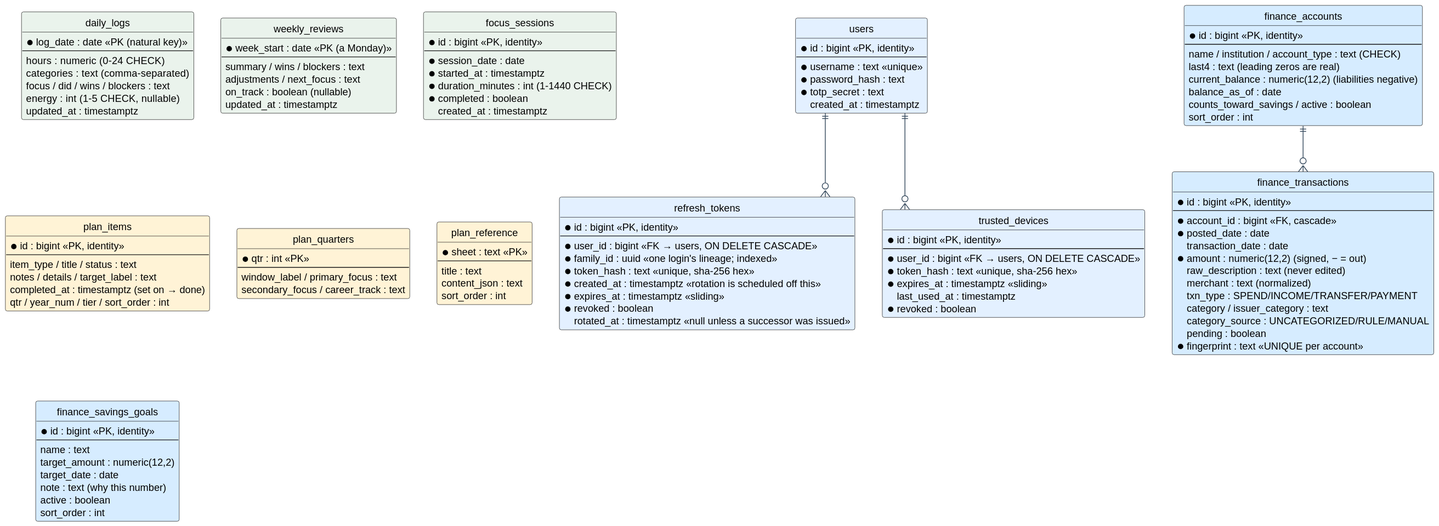
Above: gt2/docs/diagrams/data-model.svg in caseythecoder90/grindtrack (PlantUML), before the change.
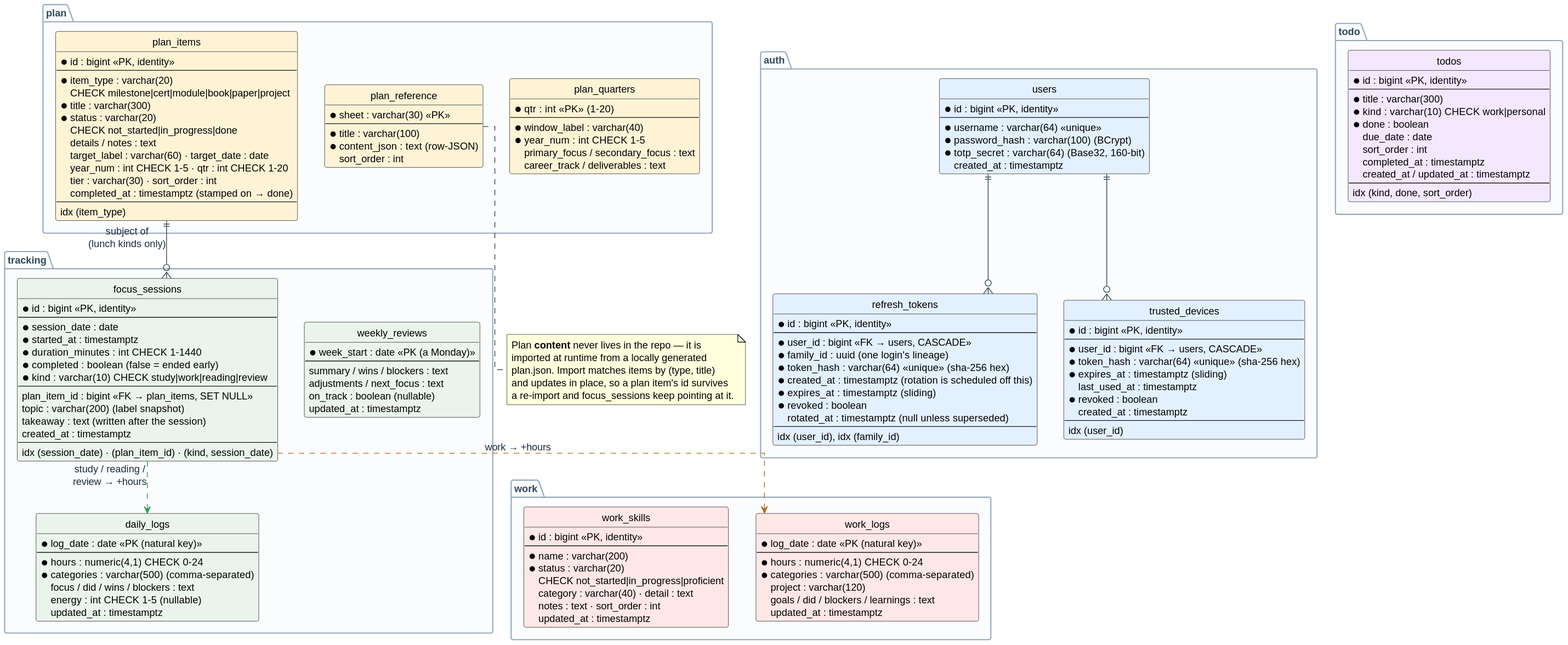
The same diagram one commit later.

What changed in the source:
```diff
@@ -6,125 +6,175 @@
 skinparam defaultFontName Helvetica
 skinparam shadowing false
 skinparam ArrowColor #33475B
+skinparam ArrowFontColor #1A2B3C
 skinparam entity {
   BackgroundColor #EEF2F7
   BorderColor #33475B
   FontColor #12243A
 }
-
-entity "users" as users #E3F0FF {
-  * id : bigint <<PK, identity>>
-  --
-  * username : text <<unique>>
-  * password_hash : text
-  * totp_secret : text
-  created_at : timestamptz
-}
-entity "refresh_tokens" as refresh_tokens #E3F0FF {
-  * id : bigint <<PK, identity>>
-  --
-  * user_id : bigint <<FK → users, ON DELETE CASCADE>>
-  * family_id : uuid <<one login's lineage; indexed>>
-  * token_hash : text <<unique, sha-256 hex>>
-  * created_at : timestamptz <<rotation is scheduled off this>>
-  * expires_at : timestamptz <<sliding>>
-  * revoked : boolean
-  rotated_at : timestamptz <<null unless a successor was issued>>
-}
-entity "trusted_devices" as trusted_devices #E3F0FF {
-  * id : bigint <<PK, identity>>
-  --
-  * user_id : bigint <<FK → users, ON DELETE CASCADE>>
-  * token_hash : text <<unique, sha-256 hex>>
-  * expires_at : timestamptz <<sliding>>
-  last_used_at : timestamptz
-  * revoked : boolean
-}
-entity "daily_logs" as daily_logs #EAF3EC {
-  * log_date : date <<PK (natural key)>>
-  --
-  hours : numeric  (0-24 CHECK)
-  categories : text  (comma-separated)
-  focus / did / wins / blockers : text
-  energy : int  (1-5 CHECK, nullable)
-  updated_at : timestamptz
-}
-entity "weekly_reviews" as weekly_reviews #EAF3EC {
-  * week_start : date <<PK (a Monday)>>
-  --
-  summary / wins / blockers : text
-  adjustments / next_focus : text
-  on_track : boolean (nullable)
-  updated_at : timestamptz
-}
-entity "focus_sessions" as focus_sessions #EAF3EC {
-  * id : bigint <<PK, identity>>
-  --
-  * session_date : date
-  * started_at : timestamptz
-  * duration_minutes : int (1-1440 CHECK)
-  * completed : boolean
-  created_at : timestamptz
-}
-entity "plan_items" as plan_items #FFF3D6 {
-  * id : bigint <<PK, identity>>
-  --
-  item_type / title / status : text
-  notes / details / target_label : text
-  completed_at : timestamptz (set on → done)
-  qtr / year_num / tier / sort_order : int
-}
-entity "plan_quarters" as plan_quarters #FFF3D6 {
-  * qtr : int <<PK>>
-  --
-  window_label / primary_focus : text
-  secondary_focus / career_track : text
-}
-entity "plan_reference" as plan_reference #FFF3D6 {
-  * sheet : text <<PK>>
-  --
-  title : text
-  content_json : text
-  sort_order : int
+skinparam package {
+  BackgroundColor #FBFCFE
+  BorderColor #96A7BD
+  FontColor #33475B
+  FontStyle bold
 }
 
-entity "finance_accounts" as finance_accounts #D6ECFF {
-  * id : bigint <<PK, identity>>
-  --
-  name / institution / account_type : text (CHECK)
-  last4 : text (leading zeros are real)
-  current_balance : numeric(12,2) (liabilities negative)
-  balance_as_of : date
-  counts_toward_savings / active : boolean
-  sort_order : int
+package "auth" {
+  entity "users" as users #E3F0FF {
+    * id : bigint <<PK, identity>>
+    --
+    * username : varchar(64) <<unique>>
+    * password_hash : varchar(100)  (BCrypt)
+    * totp_secret : varchar(64)  (Base32, 160-bit)
+    created_at : timestamptz
+  }
+  entity "refresh_tokens" as refresh_tokens #E3F0FF {
+    * id : bigint <<PK, identity>>
+    --
+    * user_id : bigint <<FK → users, CASCADE>>
+    * family_id : uuid  (one login's lineage)
+    * token_hash : varchar(64) <<unique>>  (sha-256 hex)
+    * created_at : timestamptz  (rotation is scheduled off this)
+    * expires_at : timestamptz  (sliding)
+    * revoked : boolean
+    rotated_at : timestamptz  (null unless superseded)
+    --
+    idx (user_id), idx (family_id)
+  }
+  entity "trusted_devices" as trusted_devices #E3F0FF {
+    * id : bigint <<PK, identity>>
+    --
+    * user_id : bigint <<FK → users, CASCADE>>
+    * token_hash : varchar(64) <<unique>>  (sha-256 hex)
+    * expires_at : timestamptz  (sliding)
+    last_used_at : timestamptz
+    * revoked : boolean
+    created_at : timestamptz
+    --
+    idx (user_id)
+  }
 }
-entity "finance_transactions" as finance_transactions #D6ECFF {
-  * id : bigint <<PK, identity>>
-  --
-  * account_id : bigint <<FK, cascade>>
-  * posted_date : date
-  transaction_date : date
-  * amount : numeric(12,2) (signed, − = out)
-  raw_description : text (never edited)
-  merchant : text (normalized)
-  txn_type : SPEND/INCOME/TRANSFER/PAYMENT
-  category / issuer_category : text
-  category_source : UNCATEGORIZED/RULE/MANUAL
-  pending : boolean
-  * fingerprint : text <<UNIQUE per account>>
+
+package "tracking" {
+  entity "daily_logs" as daily_logs #EAF3EC {
+    * log_date : date <<PK (natural key)>>
+    --
+    * hours : numeric(4,1)  CHECK 0-24
+    * categories : varchar(500)  (comma-separated)
+    focus / did / wins / blockers : text
+    energy : int  CHECK 1-5 (nullable)
+    updated_at : timestamptz
+  }
+  entity "weekly_reviews" as weekly_reviews #EAF3EC {
+    * week_start : date <<PK (a Monday)>>
+    --
+    summary / wins / blockers : text
+    adjustments / next_focus : text
+    on_track : boolean (nullable)
+    updated_at : timestamptz
+  }
+  entity "focus_sessions" as focus_sessions #EAF3EC {
+    * id : bigint <<PK, identity>>
+    --
+    * session_date : date
+    * started_at : timestamptz
+    * duration_minutes : int  CHECK 1-1440
+    * completed : boolean  (false = ended early)
+    * kind : varchar(10)  CHECK study|work|reading|review
+    --
+    plan_item_id : bigint <<FK → plan_items, SET NULL>>
+    topic : varchar(200)  (label snapshot)
+    takeaway : text  (written after the session)
+    created_at : timestamptz
+    --
+    idx (session_date) · (plan_item_id) · (kind, session_date)
+  }
 }
-entity "finance_savings_goals" as finance_savings_goals #D6ECFF {
-  * id : bigint <<PK, identity>>
-  --
-  name : text
-  target_amount : numeric(12,2)
-  target_date : date
-  note : text (why this number)
-  active : boolean
-  sort_order : int
+
+package "plan" {
+  entity "plan_quarters" as plan_quarters #FFF3D6 {
+    * qtr : int <<PK>>  (1-20)
+    --
+    * window_label : varchar(40)
+    * year_num : int  CHECK 1-5
+    primary_focus / secondary_focus : text
+    career_track / deliverables : text
+  }
+  entity "plan_items" as plan_items #FFF3D6 {
+    * id : bigint <<PK, identity>>
+    --
+    * item_type : varchar(20)
+      CHECK milestone|cert|module|book|paper|project
+    * title : varchar(300)
+    * status : varchar(20)
+      CHECK not_started|in_progress|done
+    details / notes : text
+    target_label : varchar(60) · target_date : date
+    year_num : int CHECK 1-5 · qtr : int CHECK 1-20
+    tier : varchar(30) · sort_order : int
+    completed_at : timestamptz  (stamped on → done)
+    --
+    idx (item_type)
+  }
+  entity "plan_reference" as plan_reference #FFF3D6 {
+    * sheet : varchar(30) <<PK>>
+    --
+    * title : varchar(100)
+    * content_json : text  (row-JSON)
+    sort_order : int
+  }
+}
+
+package "todo" {
+  entity "todos" as todos #F3E8FF {
+    * id : bigint <<PK, identity>>
+    --
+    * title : varchar(300)
+    * kind : varchar(10)  CHECK work|personal
+    * done : boolean
+    due_date : date
+    sort_order : int
+    completed_at : timestamptz
+    created_at / updated_at : timestamptz
+    --
+    idx (kind, done, sort_order)
+  }
+}
+
+package "work" {
+  entity "work_logs" as work_logs #FFE7E7 {
+    * log_date : date <<PK (natural key)>>
+    --
+    * hours : numeric(4,1)  CHECK 0-24
+    * categories : varchar(500)  (comma-separated)
+    project : varchar(120)
+    goals / did / blockers / learnings : text
+    updated_at : timestamptz
+  }
+  entity "work_skills" as work_skills #FFE7E7 {
+    * id : bigint <<PK, identity>>
+    --
+    * name : varchar(200)
+    * status : varchar(20)
+      CHECK not_started|in_progress|proficient
+    category : varchar(40) · detail : text
+    notes : text · sort_order : int
+    updated_at : timestamptz
+  }
 }
 
 users ||--o{ refresh_tokens
 users ||--o{ trusted_devices
-finance_accounts ||--o{ finance_transactions
+plan_items ||--o{ focus_sessions : "subject of\n(lunch kinds only)"
+
+focus_sessions .[#2F9E57,dashed].> daily_logs : "study / reading /\nreview → +hours"
+focus_sessions .[#B5651D,dashed].> work_logs : "work → +hours"
+
+note bottom of plan_reference
+  Plan **content** never lives in the repo — it is
+  imported at runtime from a locally generated
+  plan.json. Import matches items by (type, title)
+  and updates in place, so a plan item's id survives
+  a re-import and focus_sessions keep pointing at it.
+end note
 @enduml
```
